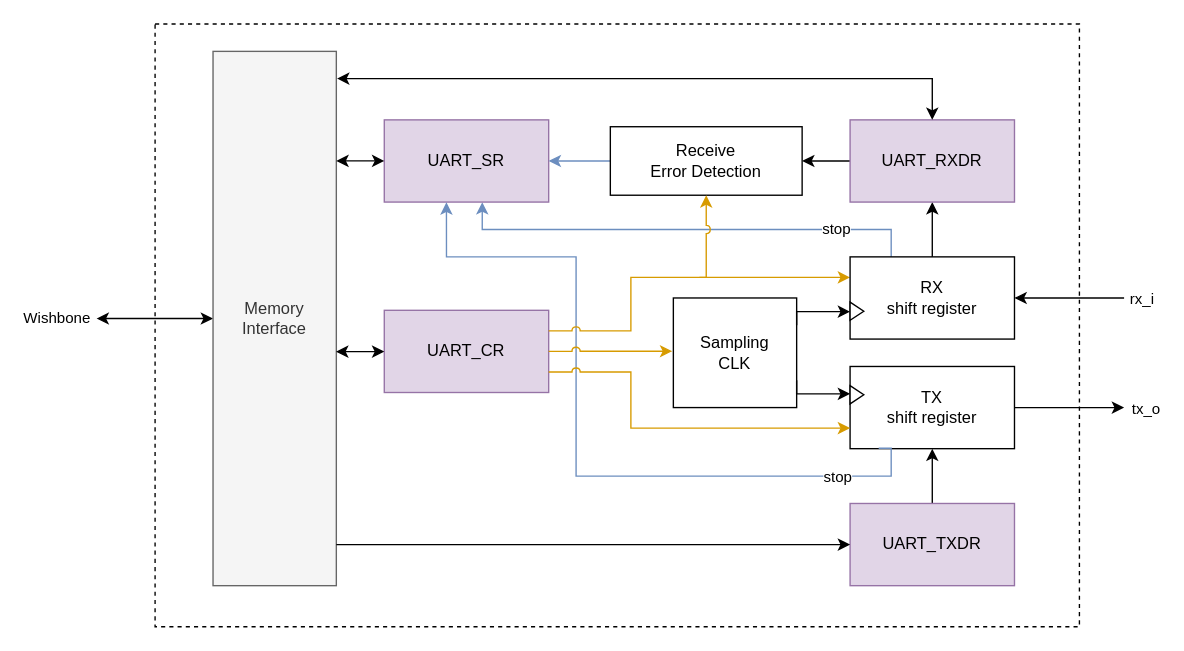
The draw.io diagram docs/src/assets/architecture.drawio in ECAP5/ECAP5-DWBUART, before the edit. Source tidied: cells renumbered, new cells numbered last; positions are measured from the earlier drawing's top-left corner, leaving out a move shared by most shapes. Both pictures are drawn from the tidied source at 137%, with x=0, y=0 at pixel (96, 23).
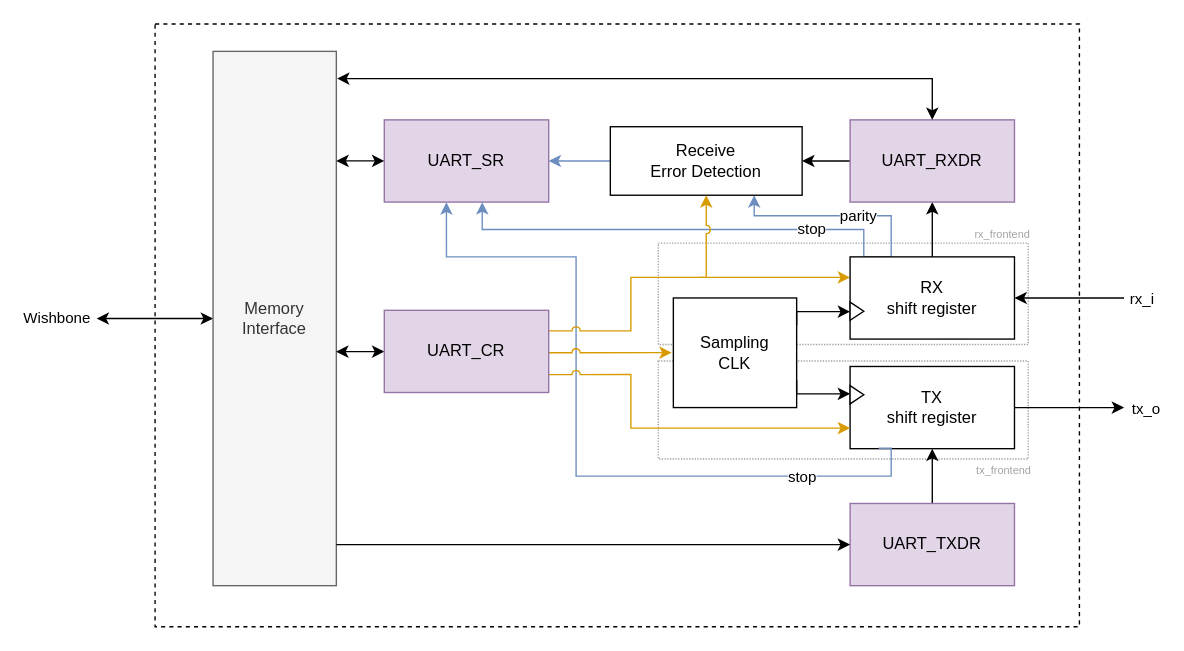
Above is the later version.

Unchanged cells that the change refers to:
```xml
<mxCell id="9" value="RX&lt;div&gt;shift register&lt;/div&gt;" style="rounded=0;whiteSpace=wrap;html=1;" parent="1" vertex="1">
  <mxGeometry x="550" y="170" width="120" height="60" as="geometry" />
</mxCell>
<mxCell id="12" value="TX&lt;div&gt;shift register&lt;/div&gt;" style="rounded=0;whiteSpace=wrap;html=1;" parent="1" vertex="1">
  <mxGeometry x="550" y="250" width="120" height="60" as="geometry" />
</mxCell>
<mxCell id="17" value="&lt;div&gt;UART_SR&lt;/div&gt;" style="rounded=0;whiteSpace=wrap;html=1;fillColor=#e1d5e7;strokeColor=#9673a6;" parent="1" vertex="1">
  <mxGeometry x="210" y="70" width="120" height="60" as="geometry" />
</mxCell>
<mxCell id="20" value="Receive&lt;div&gt;Error Detection&lt;/div&gt;" style="rounded=0;whiteSpace=wrap;html=1;" parent="1" vertex="1">
  <mxGeometry x="375" y="75" width="140" height="50" as="geometry" />
</mxCell>
<mxCell id="21" value="Sampling&lt;div&gt;CLK&lt;/div&gt;" style="rounded=0;whiteSpace=wrap;html=1;" parent="1" vertex="1">
  <mxGeometry x="421" y="200" width="90" height="80" as="geometry" />
</mxCell>
<mxCell id="33" style="edgeStyle=orthogonalEdgeStyle;rounded=0;jettySize=auto;html=1;exitX=0.174;exitY=0.995;exitDx=0;exitDy=0;entryX=0.378;entryY=1.003;entryDx=0;entryDy=0;entryPerimeter=0;exitPerimeter=0;fillColor=#dae8fc;strokeColor=#6c8ebf;" parent="1" edge="1" source="12" target="17">
  <mxGeometry relative="1" as="geometry">
    <Array as="points">
      <mxPoint x="580" y="310" />
      <mxPoint x="580" y="330" />
      <mxPoint x="350" y="330" />
      <mxPoint x="350" y="170" />
      <mxPoint x="255" y="170" />
    </Array>
  </mxGeometry>
</mxCell>
```

Diff of the diagram source:
```diff
@@
+    <mxCell id="38" style="rounded=0;whiteSpace=wrap;html=1;dashed=1;dashPattern=1 1;fillColor=none;strokeColor=#A3A3A3;" parent="1" vertex="1">
+      <mxGeometry x="410" y="160" width="270" height="74" as="geometry" />
+    </mxCell>
+    <mxCell id="39" style="rounded=0;whiteSpace=wrap;html=1;dashed=1;dashPattern=1 1;fillColor=none;strokeColor=#A3A3A3;" parent="1" vertex="1">
+      <mxGeometry x="410" y="246" width="270" height="71.5" as="geometry" />
+    </mxCell>
@@
     <mxCell id="6" style="edgeStyle=orthogonalEdgeStyle;rounded=0;jettySize=auto;html=1;exitX=0.25;exitY=0;exitDx=0;exitDy=0;entryX=0.596;entryY=1.001;entryDx=0;entryDy=0;entryPerimeter=0;fillColor=#dae8fc;strokeColor=#6c8ebf;" parent="1" edge="1" source="9" target="17">
       <mxGeometry relative="1" as="geometry">
         <Array as="points">
-          <mxPoint x="580" y="150" />
-          <mxPoint x="281" y="150" />
+          <mxPoint x="560" y="170" />
+          <mxPoint x="560" y="150" />
+          <mxPoint x="282" y="150" />
         </Array>
       </mxGeometry>
     </mxCell>
     <mxCell id="7" value="stop" style="edgeLabel;html=1;align=center;verticalAlign=middle;" parent="6" vertex="1">
-      <mxGeometry x="-0.64" y="-1" relative="1" as="geometry" />
+      <mxGeometry x="-0.64" y="-1" relative="1" as="geometry">
+        <mxPoint x="-18" as="offset" />
+      </mxGeometry>
     </mxCell>
@@
+    <mxCell id="40" style="edgeStyle=orthogonalEdgeStyle;rounded=0;jettySize=auto;html=1;exitX=0.25;exitY=0;exitDx=0;exitDy=0;entryX=0.75;entryY=1;entryDx=0;entryDy=0;fillColor=#dae8fc;strokeColor=#6c8ebf;" parent="1" edge="1" source="9" target="20">
+      <mxGeometry relative="1" as="geometry">
+        <Array as="points">
+          <mxPoint x="580" y="140" />
+          <mxPoint x="480" y="140" />
+        </Array>
+      </mxGeometry>
+    </mxCell>
+    <mxCell id="41" value="parity" style="edgeLabel;html=1;align=center;verticalAlign=middle;" parent="40" vertex="1">
+      <mxGeometry x="-0.38" relative="1" as="geometry">
+        <mxPoint x="-10" y="-1" as="offset" />
+      </mxGeometry>
+    </mxCell>
@@
-    <mxCell id="18" value="&lt;div&gt;UART_CR&lt;/div&gt;" style="rounded=0;whiteSpace=wrap;html=1;fillColor=#e1d5e7;strokeColor=#9673a6;" parent="1" vertex="1">
-      <mxGeometry x="210" y="209" width="120" height="60" as="geometry" />
-    </mxCell>
@@
     <mxCell id="34" value="stop" style="edgeLabel;html=1;align=center;verticalAlign=middle;" parent="33" vertex="1">
-      <mxGeometry x="-0.75" relative="1" as="geometry" />
+      <mxGeometry x="-0.75" relative="1" as="geometry">
+        <mxPoint x="-26" as="offset" />
+      </mxGeometry>
     </mxCell>
@@
-    <mxCell id="36" style="rounded=0;jettySize=auto;html=1;entryX=-0.009;entryY=0.486;entryDx=0;entryDy=0;entryPerimeter=0;jumpStyle=arc;fillColor=#ffe6cc;strokeColor=#d79b00;" parent="1" edge="1" source="18" target="21">
-      <mxGeometry relative="1" as="geometry" />
+    <mxCell id="36" style="rounded=0;orthogonalLoop=1;jettySize=auto;html=1;jumpStyle=arc;fillColor=#ffe6cc;strokeColor=#d79b00;exitX=1;exitY=0.5;exitDx=0;exitDy=0;entryX=0.559;entryY=0.543;entryDx=0;entryDy=0;entryPerimeter=0;" parent="1" edge="1">
+      <mxGeometry relative="1" as="geometry">
+        <mxPoint x="330" y="240" as="sourcePoint" />
+        <mxPoint x="419.8" y="239.9" as="targetPoint" />
+      </mxGeometry>
     </mxCell>
-    <mxCell id="37" style="edgeStyle=orthogonalEdgeStyle;rounded=0;jettySize=auto;html=1;exitX=1;exitY=0.75;exitDx=0;exitDy=0;entryX=0;entryY=0.75;entryDx=0;entryDy=0;jumpStyle=arc;fillColor=#ffe6cc;strokeColor=#d79b00;" parent="1" edge="1" source="18" target="12">
+    <mxCell id="37" style="edgeStyle=orthogonalEdgeStyle;rounded=0;jettySize=auto;html=1;exitX=1;exitY=0.782;exitDx=0;exitDy=0;entryX=0;entryY=0.75;entryDx=0;entryDy=0;jumpStyle=arc;fillColor=#ffe6cc;strokeColor=#d79b00;exitPerimeter=0;" parent="1" edge="1" source="18" target="12">
       <mxGeometry relative="1" as="geometry">
         <Array as="points">
-          <mxPoint x="390" y="254" />
+          <mxPoint x="390" y="256" />
           <mxPoint x="390" y="295" />
         </Array>
       </mxGeometry>
     </mxCell>
+    <mxCell id="42" value="rx_frontend" style="edgeLabel;html=1;align=center;verticalAlign=middle;fontColor=#A3A3A3;fontSize=8;" parent="1" vertex="1">
+      <mxGeometry x="660" y="153" as="geometry" />
+    </mxCell>
+    <mxCell id="43" value="tx_frontend" style="edgeLabel;html=1;align=center;verticalAlign=middle;fontColor=#A3A3A3;fontSize=8;" parent="1" vertex="1">
+      <mxGeometry x="658" y="327" as="geometry">
+        <mxPoint x="3" y="-2" as="offset" />
+      </mxGeometry>
+    </mxCell>
+    <mxCell id="18" value="&lt;div&gt;UART_CR&lt;/div&gt;" style="rounded=0;whiteSpace=wrap;html=1;fillColor=#e1d5e7;strokeColor=#9673a6;" parent="1" vertex="1">
+      <mxGeometry x="210" y="209" width="120" height="60" as="geometry" />
+    </mxCell>
```
